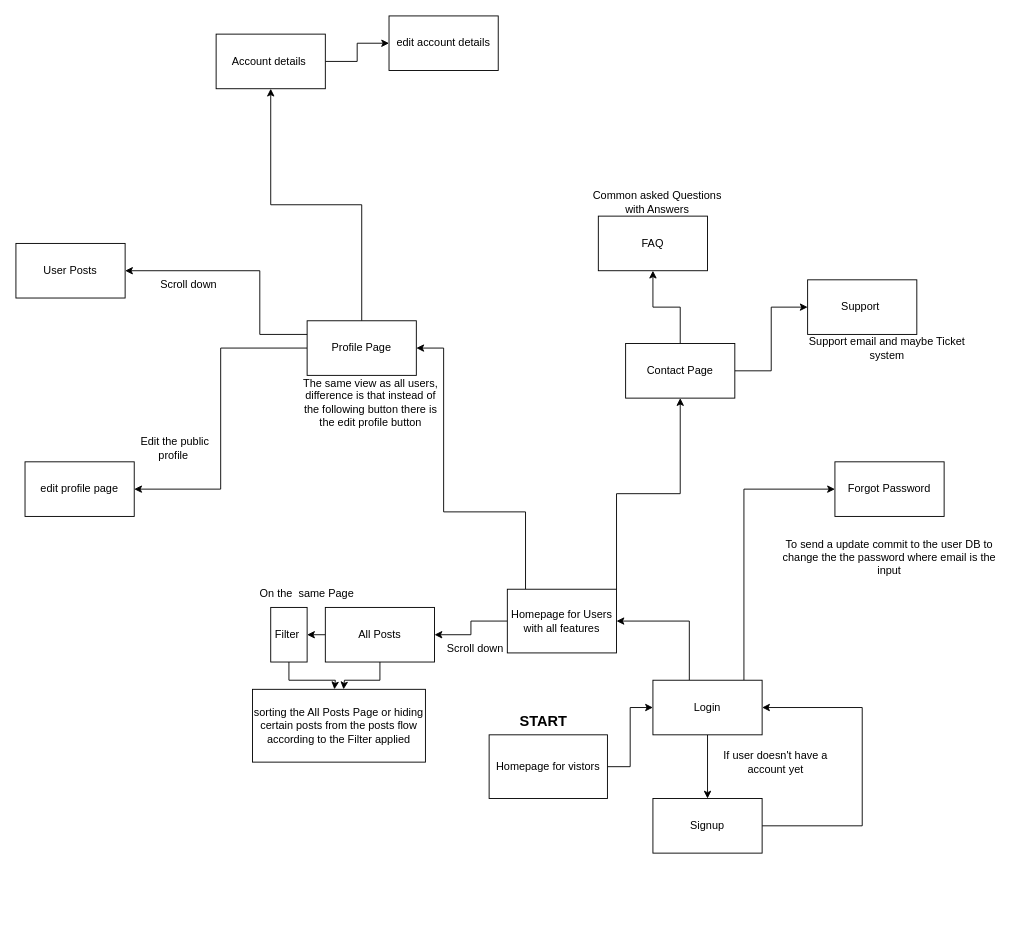
Earlier version of the draw.io diagram Website_flow.drawio (sonnabananana/website). Source tidied: cells renumbered, new cells numbered last; positions are measured from the earlier drawing's top-left corner, leaving out a move shared by most shapes. Both pictures are drawn from the tidied source at 91%, with x=0, y=0 at pixel (15, 15).
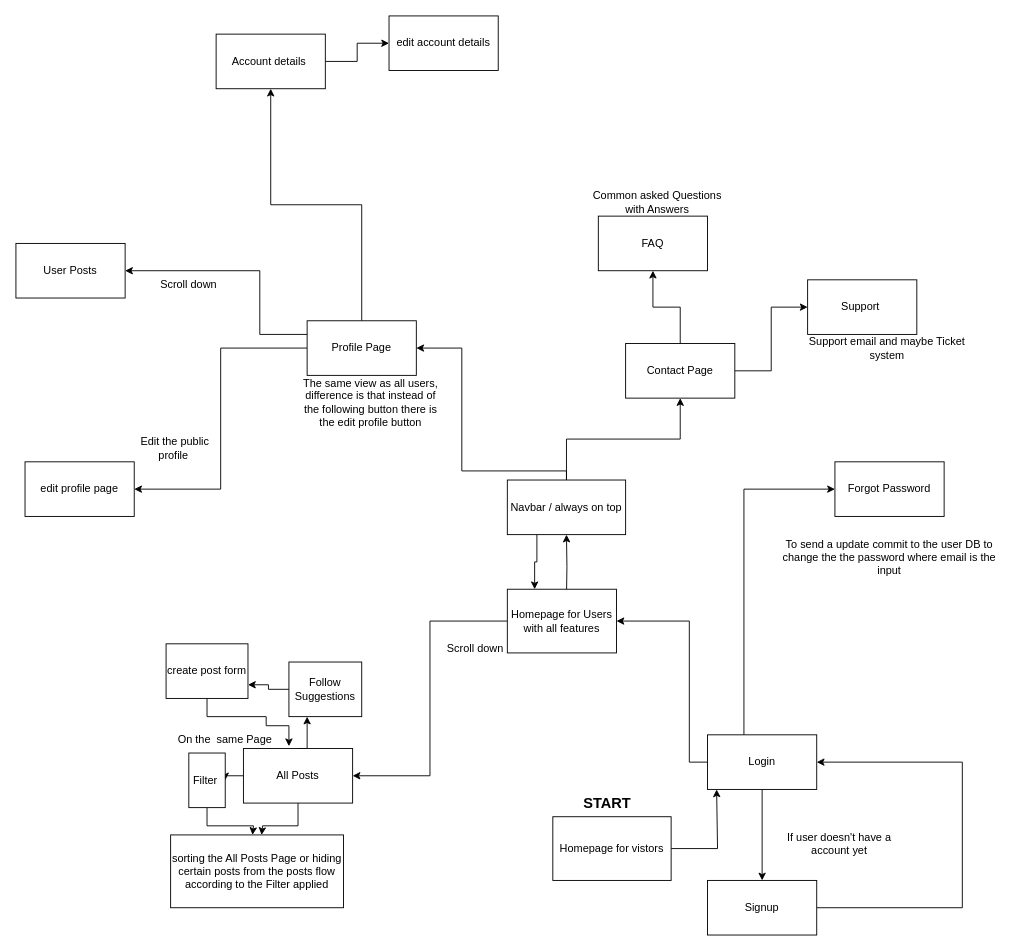
The same page after the edit.

The change refers to these unchanged cells:
```xml
<mxCell id="14" value="Homepage for Users with all features" style="rounded=0;whiteSpace=wrap;html=1;" parent="1" vertex="1">
  <mxGeometry x="540" y="630" width="120" height="70" as="geometry" />
</mxCell>
<mxCell id="27" value="Contact Page" style="rounded=0;whiteSpace=wrap;html=1;" parent="1" vertex="1">
  <mxGeometry x="670" y="360" width="120" height="60" as="geometry" />
</mxCell>
<mxCell id="36" value="Profile Page" style="rounded=0;whiteSpace=wrap;html=1;" parent="1" vertex="1">
  <mxGeometry x="320" y="335" width="120" height="60" as="geometry" />
</mxCell>
```

Change to the diagram source:
```diff
@@
-    <mxCell id="2" style="edgeStyle=orthogonalEdgeStyle;rounded=0;jettySize=auto;html=1;entryX=0;entryY=0.5;entryDx=0;entryDy=0;" parent="1" edge="1" source="3" target="7">
-      <mxGeometry relative="1" as="geometry" />
+    <mxCell id="2" style="edgeStyle=orthogonalEdgeStyle;rounded=0;jettySize=auto;html=1;entryX=0;entryY=0.5;entryDx=0;entryDy=0;" parent="1" edge="1" source="3">
+      <mxGeometry relative="1" as="geometry">
+        <mxPoint x="770" y="850" as="targetPoint" />
+        <Array as="points">
+          <mxPoint x="771" y="915" />
+          <mxPoint x="771" y="850" />
+        </Array>
+      </mxGeometry>
     </mxCell>
     <mxCell id="3" value="Homepage for vistors" style="rounded=0;whiteSpace=wrap;html=1;" parent="1" vertex="1">
-      <mxGeometry x="520" y="790" width="130" height="70" as="geometry" />
+      <mxGeometry x="590" y="880" width="130" height="70" as="geometry" />
     </mxCell>
-    <mxCell id="4" style="edgeStyle=orthogonalEdgeStyle;rounded=0;jettySize=auto;html=1;entryX=0.5;entryY=0;entryDx=0;entryDy=0;" parent="1" edge="1" source="7" target="9">
-      <mxGeometry relative="1" as="geometry" />
-    </mxCell>
@@
+    <mxCell id="4" style="edgeStyle=orthogonalEdgeStyle;rounded=0;jettySize=auto;html=1;entryX=0.5;entryY=0;entryDx=0;entryDy=0;" parent="1" edge="1" source="7" target="9">
+      <mxGeometry relative="1" as="geometry" />
+    </mxCell>
     <mxCell id="7" value="Login" style="rounded=0;whiteSpace=wrap;html=1;" parent="1" vertex="1">
-      <mxGeometry x="700" y="730" width="120" height="60" as="geometry" />
+      <mxGeometry x="760" y="790" width="120" height="60" as="geometry" />
     </mxCell>
-    <mxCell id="8" style="edgeStyle=orthogonalEdgeStyle;rounded=0;jettySize=auto;html=1;exitX=1;exitY=0.5;exitDx=0;exitDy=0;entryX=1;entryY=0.5;entryDx=0;entryDy=0;" parent="1" edge="1" source="9" target="7">
+    <mxCell id="8" style="edgeStyle=orthogonalEdgeStyle;rounded=0;jettySize=auto;html=1;entryX=1;entryY=0.5;entryDx=0;entryDy=0;" parent="1" edge="1" source="9" target="7">
       <mxGeometry relative="1" as="geometry">
         <Array as="points">
-          <mxPoint x="930" y="890" />
-          <mxPoint x="930" y="760" />
+          <mxPoint x="1040" y="980" />
+          <mxPoint x="1040" y="820" />
         </Array>
       </mxGeometry>
     </mxCell>
     <mxCell id="9" value="Signup" style="rounded=0;whiteSpace=wrap;html=1;" parent="1" vertex="1">
-      <mxGeometry x="700" y="860" width="120" height="60" as="geometry" />
+      <mxGeometry x="760" y="950" width="120" height="60" as="geometry" />
     </mxCell>
     <mxCell id="10" value="If user doesn't have a account yet" style="text;html=1;strokeColor=none;fillColor=none;align=center;verticalAlign=middle;whiteSpace=wrap;rounded=0;" parent="1" vertex="1">
-      <mxGeometry x="770" y="805" width="130" height="30" as="geometry" />
+      <mxGeometry x="840" y="895" width="130" height="30" as="geometry" />
     </mxCell>
@@
-    <mxCell id="12" style="edgeStyle=orthogonalEdgeStyle;rounded=0;jettySize=auto;html=1;exitX=1;exitY=0;exitDx=0;exitDy=0;" parent="1" edge="1" source="14" target="27">
-      <mxGeometry relative="1" as="geometry" />
-    </mxCell>
-    <mxCell id="13" style="edgeStyle=orthogonalEdgeStyle;rounded=0;jettySize=auto;html=1;" parent="1" edge="1" source="14" target="36">
-      <mxGeometry relative="1" as="geometry">
-        <Array as="points">
-          <mxPoint x="560" y="545" />
-          <mxPoint x="470" y="545" />
-          <mxPoint x="470" y="365" />
-        </Array>
-      </mxGeometry>
-    </mxCell>
+    <mxCell id="45" style="edgeStyle=orthogonalEdgeStyle;rounded=0;jettySize=auto;html=1;entryX=0.5;entryY=1;entryDx=0;entryDy=0;" parent="1" edge="1" target="54">
+      <mxGeometry relative="1" as="geometry">
+        <mxPoint x="605" y="640" as="sourcePoint" />
+      </mxGeometry>
+    </mxCell>
@@
     <mxCell id="16" style="edgeStyle=orthogonalEdgeStyle;rounded=0;jettySize=auto;html=1;" parent="1" edge="1" source="17">
       <mxGeometry relative="1" as="geometry">
-        <mxPoint x="360" y="740" as="targetPoint" />
+        <mxPoint x="270" y="900" as="targetPoint" />
         <Array as="points">
-          <mxPoint x="400" y="730" />
-          <mxPoint x="361" y="730" />
+          <mxPoint x="310" y="890" />
+          <mxPoint x="271" y="890" />
         </Array>
       </mxGeometry>
     </mxCell>
+    <mxCell id="46" style="edgeStyle=orthogonalEdgeStyle;rounded=0;jettySize=auto;html=1;exitX=0.5;exitY=0;exitDx=0;exitDy=0;entryX=0.25;entryY=1;entryDx=0;entryDy=0;" parent="1" edge="1" source="17" target="48">
+      <mxGeometry relative="1" as="geometry" />
+    </mxCell>
     <mxCell id="17" value="All Posts" style="rounded=0;whiteSpace=wrap;html=1;" parent="1" vertex="1">
-      <mxGeometry x="340" y="650" width="120" height="60" as="geometry" />
+      <mxGeometry x="250" y="805" width="120" height="60" as="geometry" />
     </mxCell>
@@
     <mxCell id="19" style="edgeStyle=orthogonalEdgeStyle;rounded=0;jettySize=auto;html=1;" parent="1" edge="1" source="20">
       <mxGeometry relative="1" as="geometry">
-        <mxPoint x="350" y="740" as="targetPoint" />
+        <mxPoint x="260" y="900" as="targetPoint" />
         <Array as="points">
-          <mxPoint x="300" y="730" />
-          <mxPoint x="351" y="730" />
+          <mxPoint x="210" y="890" />
+          <mxPoint x="261" y="890" />
         </Array>
       </mxGeometry>
     </mxCell>
     <mxCell id="20" value="Filter&amp;nbsp;" style="rounded=0;whiteSpace=wrap;html=1;" parent="1" vertex="1">
-      <mxGeometry x="280" y="650" width="40" height="60" as="geometry" />
+      <mxGeometry x="190" y="810" width="40" height="60" as="geometry" />
     </mxCell>
@@
     <mxCell id="23" value="sorting the All Posts Page or hiding certain posts from the posts flow according to the Filter applied" style="rounded=0;whiteSpace=wrap;html=1;" parent="1" vertex="1">
-      <mxGeometry x="260" y="740" width="190" height="80" as="geometry" />
+      <mxGeometry x="170" y="900" width="190" height="80" as="geometry" />
     </mxCell>
     <mxCell id="24" value="On the&amp;nbsp; same Page" style="text;html=1;strokeColor=none;fillColor=none;align=center;verticalAlign=middle;whiteSpace=wrap;rounded=0;" parent="1" vertex="1">
-      <mxGeometry x="250" y="620" width="140" height="30" as="geometry" />
+      <mxGeometry x="160" y="780" width="140" height="30" as="geometry" />
     </mxCell>
@@
     <mxCell id="28" value="&lt;b style=&quot;font-size: 16px;&quot;&gt;START&lt;/b&gt;" style="text;html=1;strokeColor=none;fillColor=none;align=center;verticalAlign=middle;whiteSpace=wrap;rounded=0;" parent="1" vertex="1">
-      <mxGeometry x="550" y="760" width="60" height="30" as="geometry" />
+      <mxGeometry x="620" y="850" width="60" height="30" as="geometry" />
     </mxCell>
@@
+    <mxCell id="47" style="edgeStyle=orthogonalEdgeStyle;rounded=0;jettySize=auto;html=1;entryX=1;entryY=0.75;entryDx=0;entryDy=0;" parent="1" edge="1" source="48" target="50">
+      <mxGeometry relative="1" as="geometry" />
+    </mxCell>
+    <mxCell id="48" value="Follow Suggestions" style="rounded=0;whiteSpace=wrap;html=1;" parent="1" vertex="1">
+      <mxGeometry x="300" y="710" width="80" height="60" as="geometry" />
+    </mxCell>
+    <mxCell id="49" style="edgeStyle=orthogonalEdgeStyle;rounded=0;jettySize=auto;html=1;entryX=1;entryY=0.75;entryDx=0;entryDy=0;" parent="1" edge="1" source="50" target="24">
+      <mxGeometry relative="1" as="geometry">
+        <Array as="points">
+          <mxPoint x="210" y="770" />
+          <mxPoint x="275" y="770" />
+          <mxPoint x="275" y="780" />
+          <mxPoint x="300" y="780" />
+        </Array>
+      </mxGeometry>
+    </mxCell>
+    <mxCell id="50" value="create post form" style="rounded=0;whiteSpace=wrap;html=1;" parent="1" vertex="1">
+      <mxGeometry x="165" y="690" width="90" height="60" as="geometry" />
+    </mxCell>
+    <mxCell id="51" style="edgeStyle=orthogonalEdgeStyle;rounded=0;jettySize=auto;html=1;entryX=1;entryY=0.5;entryDx=0;entryDy=0;" parent="1" edge="1" source="54" target="36">
+      <mxGeometry relative="1" as="geometry">
+        <Array as="points">
+          <mxPoint x="605" y="500" />
+          <mxPoint x="490" y="500" />
+          <mxPoint x="490" y="365" />
+        </Array>
+      </mxGeometry>
+    </mxCell>
+    <mxCell id="52" style="edgeStyle=orthogonalEdgeStyle;rounded=0;jettySize=auto;html=1;" parent="1" edge="1" source="54" target="27">
+      <mxGeometry relative="1" as="geometry" />
+    </mxCell>
+    <mxCell id="53" style="edgeStyle=orthogonalEdgeStyle;rounded=0;jettySize=auto;html=1;exitX=0.25;exitY=1;exitDx=0;exitDy=0;entryX=0.25;entryY=0;entryDx=0;entryDy=0;" parent="1" edge="1" source="54" target="14">
+      <mxGeometry relative="1" as="geometry" />
+    </mxCell>
+    <mxCell id="54" value="Navbar / always on top" style="rounded=0;whiteSpace=wrap;html=1;" parent="1" vertex="1">
+      <mxGeometry x="540" y="510" width="130" height="60" as="geometry" />
+    </mxCell>
```
